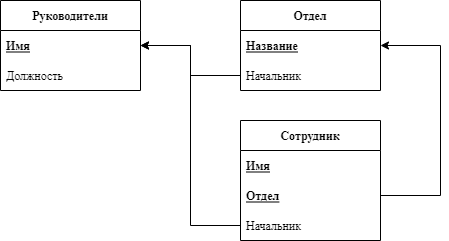
YrChek/Music_site keeps this draw.io diagram as company_structure.png. Above is the earlier version. Source tidied: cells renumbered, new cells last; positions are measured from the earlier drawing's top-left corner, leaving out a move shared by most shapes.
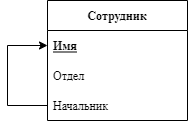
Later version of the same file.

Commit message:
Изменение схемы добавление sql файлов

Change to the diagram source:
```diff
@@ -8,42 +8,19 @@
     <mxCell id="3" value="Имя" style="text;strokeColor=none;fillColor=none;align=left;verticalAlign=middle;spacingLeft=4;spacingRight=4;overflow=hidden;points=[[0,0.5],[1,0.5]];portConstraint=eastwest;fontStyle=5;" parent="2" vertex="1">
       <mxGeometry y="30" width="140" height="30" as="geometry" />
     </mxCell>
+    <mxCell id="6" value="Отдел" style="text;strokeColor=none;fillColor=none;align=left;verticalAlign=middle;spacingLeft=4;spacingRight=4;overflow=hidden;fontStyle=0;" parent="2" vertex="1">
+      <mxGeometry y="60" width="140" height="30" as="geometry" />
+    </mxCell>
+    <mxCell id="15" style="edgeStyle=orthogonalEdgeStyle;rounded=0;jettySize=auto;html=1;exitX=0;exitY=0.5;exitDx=0;exitDy=0;entryX=0;entryY=0.5;entryDx=0;entryDy=0;" parent="2" edge="1" source="4" target="3">
+      <mxGeometry relative="1" as="geometry">
+        <Array as="points">
+          <mxPoint x="-40" y="105" />
+          <mxPoint x="-40" y="45" />
+        </Array>
+      </mxGeometry>
+    </mxCell>
-    <mxCell id="4" value="Отдел" style="text;strokeColor=none;fillColor=none;align=left;verticalAlign=middle;spacingLeft=4;spacingRight=4;overflow=hidden;points=[[0,0.5],[1,0.5]];portConstraint=eastwest;fontStyle=5;" parent="2" vertex="1">
-      <mxGeometry y="60" width="140" height="30" as="geometry" />
+    <mxCell id="4" value="Начальник" style="text;strokeColor=none;fillColor=none;align=left;verticalAlign=middle;spacingLeft=4;spacingRight=4;overflow=hidden;points=[[0,0.5],[1,0.5]];portConstraint=eastwest;fontStyle=0;" parent="2" vertex="1">
+      <mxGeometry y="90" width="140" height="30" as="geometry" />
     </mxCell>
-    <mxCell id="5" value="Начальник" style="text;strokeColor=none;fillColor=none;align=left;verticalAlign=middle;spacingLeft=4;spacingRight=4;overflow=hidden;points=[[0,0.5],[1,0.5]];portConstraint=eastwest;" parent="2" vertex="1">
-      <mxGeometry y="90" width="140" height="30" as="geometry" />
-    </mxCell>
-    <mxCell id="6" value="Отдел" style="swimlane;fontStyle=1;horizontal=1;startSize=30;" parent="1" vertex="1">
-      <mxGeometry x="240" width="140" height="90" as="geometry" />
-    </mxCell>
-    <mxCell id="7" value="Название" style="text;strokeColor=none;fillColor=none;align=left;verticalAlign=middle;spacingLeft=4;spacingRight=4;overflow=hidden;points=[[0,0.5],[1,0.5]];portConstraint=eastwest;fontStyle=5;" parent="6" vertex="1">
-      <mxGeometry y="30" width="140" height="30" as="geometry" />
-    </mxCell>
-    <mxCell id="8" value="Начальник" style="text;strokeColor=none;fillColor=none;align=left;verticalAlign=middle;spacingLeft=4;spacingRight=4;overflow=hidden;points=[[0,0.5],[1,0.5]];portConstraint=eastwest;" parent="6" vertex="1">
-      <mxGeometry y="60" width="140" height="30" as="geometry" />
-    </mxCell>
-    <mxCell id="9" value="Руководители" style="swimlane;fontStyle=1;horizontal=1;startSize=30;" parent="1" vertex="1">
-      <mxGeometry width="140" height="90" as="geometry" />
-    </mxCell>
-    <mxCell id="10" value="Имя" style="text;strokeColor=none;fillColor=none;align=left;verticalAlign=middle;spacingLeft=4;spacingRight=4;overflow=hidden;points=[[0,0.5],[1,0.5]];portConstraint=eastwest;fontStyle=5;" parent="9" vertex="1">
-      <mxGeometry y="30" width="140" height="30" as="geometry" />
-    </mxCell>
-    <mxCell id="11" value="Должность" style="text;strokeColor=none;fillColor=none;align=left;verticalAlign=middle;spacingLeft=4;spacingRight=4;overflow=hidden;" parent="9" vertex="1">
-      <mxGeometry y="60" width="140" height="30" as="geometry" />
-    </mxCell>
-    <mxCell id="12" style="edgeStyle=orthogonalEdgeStyle;rounded=0;jettySize=auto;html=1;exitX=0;exitY=0.5;exitDx=0;exitDy=0;" parent="1" edge="1" source="5" target="10">
-      <mxGeometry relative="1" as="geometry" />
-    </mxCell>
-    <mxCell id="13" style="edgeStyle=orthogonalEdgeStyle;rounded=0;jettySize=auto;html=1;exitX=0;exitY=0.5;exitDx=0;exitDy=0;entryX=1;entryY=0.5;entryDx=0;entryDy=0;" parent="1" edge="1" source="8" target="10">
-      <mxGeometry relative="1" as="geometry" />
-    </mxCell>
-    <mxCell id="14" style="edgeStyle=elbowEdgeStyle;rounded=0;jettySize=auto;html=1;exitX=1;exitY=0.5;exitDx=0;exitDy=0;" parent="1" edge="1" source="4" target="7">
-      <mxGeometry relative="1" as="geometry">
-        <Array as="points">
-          <mxPoint x="440" y="128" />
-        </Array>
-      </mxGeometry>
-    </mxCell>
   </root>
 </mxGraphModel>
```
